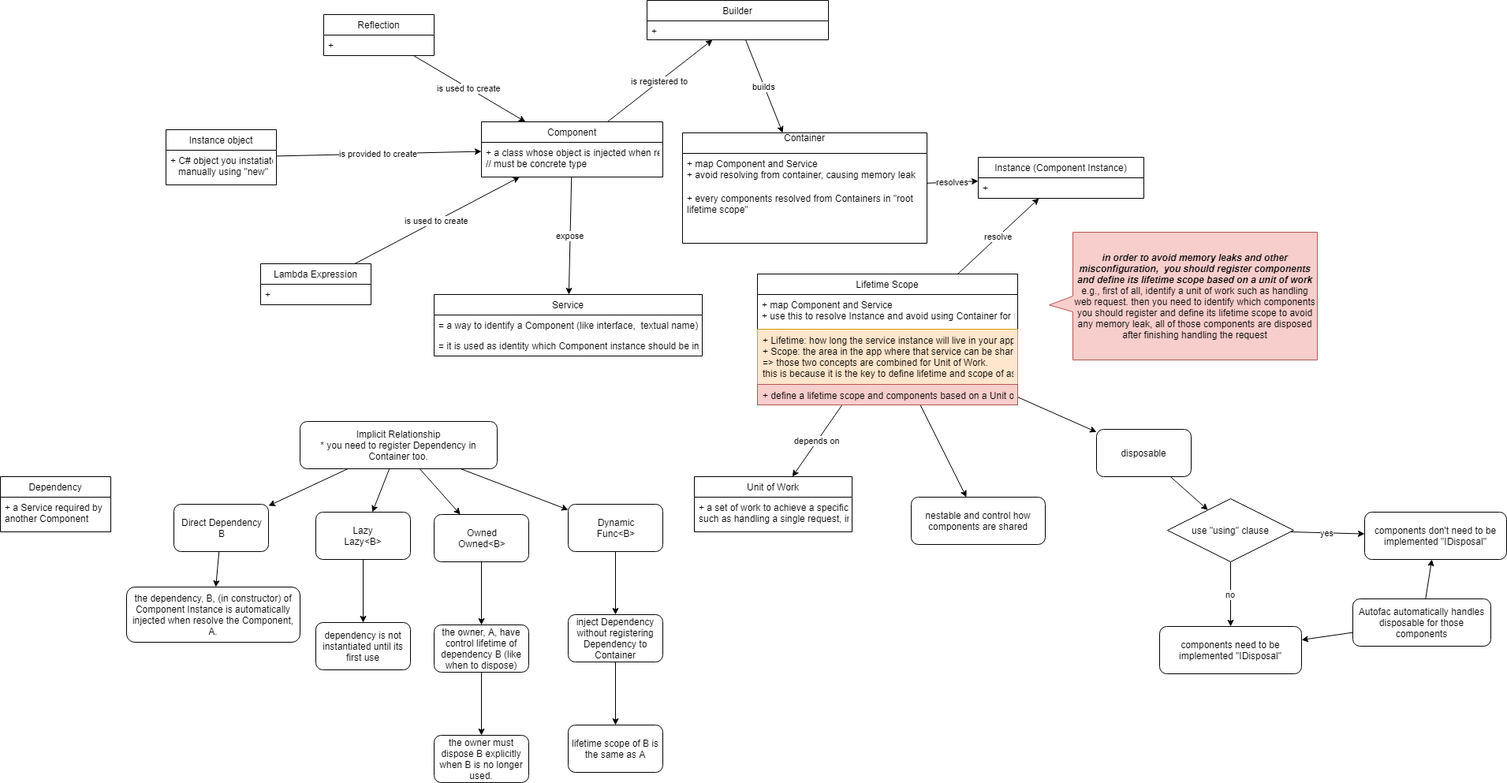
stsiwo/cSharp_concept keeps this draw.io diagram as Autofac_DI_concept.PNG. Above is the earlier version. Source tidied: cells renumbered, new cells last; positions are measured from the earlier drawing's top-left corner, leaving out a move shared by most shapes. Its diagram source:
```xml
<mxGraphModel>
  <root>
    <mxCell id="0" />
    <mxCell id="1" parent="0" />
    <mxCell id="2" value="is registered to" style="edgeStyle=none;rounded=0;jettySize=auto;html=1;" parent="1" edge="1" source="4" target="33">
      <mxGeometry relative="1" as="geometry" />
    </mxCell>
    <mxCell id="3" value="expose" style="edgeStyle=none;rounded=0;jettySize=auto;html=1;" parent="1" edge="1" source="4" target="6">
      <mxGeometry relative="1" as="geometry" />
    </mxCell>
    <mxCell id="4" value="Component" style="swimlane;fontStyle=0;horizontal=1;startSize=26;fillColor=none;" parent="1" vertex="1">
      <mxGeometry x="610" y="154" width="230" height="70" as="geometry" />
    </mxCell>
    <mxCell id="5" value="+ a class whose object is injected when resolved&#10;// must be concrete type&#10;" style="text;strokeColor=none;fillColor=none;align=left;verticalAlign=top;spacingLeft=4;spacingRight=4;overflow=hidden;" parent="4" vertex="1">
      <mxGeometry y="26" width="230" height="44" as="geometry" />
    </mxCell>
    <mxCell id="6" value="Service" style="swimlane;fontStyle=0;horizontal=1;startSize=26;fillColor=none;" parent="1" vertex="1">
      <mxGeometry x="550" y="373" width="340" height="78" as="geometry" />
    </mxCell>
    <mxCell id="7" value="= a way to identify a Component (like interface,  textual name)" style="text;strokeColor=none;fillColor=none;align=left;verticalAlign=top;spacingLeft=4;spacingRight=4;overflow=hidden;" parent="6" vertex="1">
      <mxGeometry y="26" width="340" height="26" as="geometry" />
    </mxCell>
    <mxCell id="8" value="= it is used as identity which Component instance should be injected to client" style="text;strokeColor=none;fillColor=none;align=left;verticalAlign=top;spacingLeft=4;spacingRight=4;overflow=hidden;" parent="6" vertex="1">
      <mxGeometry y="52" width="340" height="26" as="geometry" />
    </mxCell>
    <mxCell id="9" value="resolves" style="edgeStyle=none;rounded=0;jettySize=auto;html=1;" parent="1" edge="1" source="10" target="22">
      <mxGeometry relative="1" as="geometry" />
    </mxCell>
    <mxCell id="10" value="Container&#10;" style="swimlane;fontStyle=0;horizontal=1;startSize=26;fillColor=none;" parent="1" vertex="1">
      <mxGeometry x="865" y="168" width="310" height="140" as="geometry" />
    </mxCell>
    <mxCell id="11" value="+ map Component and Service&#10;+ avoid resolving from container, causing memory leak&#10;" style="text;strokeColor=none;fillColor=none;align=left;verticalAlign=top;spacingLeft=4;spacingRight=4;overflow=hidden;" parent="10" vertex="1">
      <mxGeometry y="26" width="310" height="44" as="geometry" />
    </mxCell>
    <mxCell id="12" value="+ every components resolved from Containers in &quot;root &#10;lifetime scope&quot;" style="text;strokeColor=none;fillColor=none;align=left;verticalAlign=top;spacingLeft=4;spacingRight=4;overflow=hidden;" parent="10" vertex="1">
      <mxGeometry y="70" width="310" height="70" as="geometry" />
    </mxCell>
    <mxCell id="13" value="is used to create" style="rounded=0;jettySize=auto;html=1;" parent="1" edge="1" source="14" target="4">
      <mxGeometry relative="1" as="geometry" />
    </mxCell>
    <mxCell id="14" value="Reflection" style="swimlane;fontStyle=0;horizontal=1;startSize=26;fillColor=none;" parent="1" vertex="1">
      <mxGeometry x="410" y="18" width="140" height="52" as="geometry" />
    </mxCell>
    <mxCell id="15" value="+ " style="text;strokeColor=none;fillColor=none;align=left;verticalAlign=top;spacingLeft=4;spacingRight=4;overflow=hidden;" parent="14" vertex="1">
      <mxGeometry y="26" width="140" height="26" as="geometry" />
    </mxCell>
    <mxCell id="16" value="is provided to create" style="edgeStyle=none;rounded=0;jettySize=auto;html=1;" parent="1" edge="1" source="17" target="4">
      <mxGeometry relative="1" as="geometry" />
    </mxCell>
    <mxCell id="17" value="Instance object" style="swimlane;fontStyle=0;horizontal=1;startSize=26;fillColor=none;" parent="1" vertex="1">
      <mxGeometry x="210" y="164" width="140" height="70" as="geometry" />
    </mxCell>
    <mxCell id="18" value="+ C# object you instatiated &#10;   manually using &quot;new&quot;" style="text;strokeColor=none;fillColor=none;align=left;verticalAlign=top;spacingLeft=4;spacingRight=4;overflow=hidden;" parent="17" vertex="1">
      <mxGeometry y="26" width="140" height="44" as="geometry" />
    </mxCell>
    <mxCell id="19" value="is used to create" style="edgeStyle=none;rounded=0;jettySize=auto;html=1;" parent="1" edge="1" source="20" target="4">
      <mxGeometry relative="1" as="geometry" />
    </mxCell>
    <mxCell id="20" value="Lambda Expression" style="swimlane;fontStyle=0;horizontal=1;startSize=26;fillColor=none;" parent="1" vertex="1">
      <mxGeometry x="330" y="334" width="140" height="52" as="geometry" />
    </mxCell>
    <mxCell id="21" value="+ " style="text;strokeColor=none;fillColor=none;align=left;verticalAlign=top;spacingLeft=4;spacingRight=4;overflow=hidden;" parent="20" vertex="1">
      <mxGeometry y="26" width="140" height="26" as="geometry" />
    </mxCell>
    <mxCell id="22" value="Instance (Component Instance)" style="swimlane;fontStyle=0;horizontal=1;startSize=26;fillColor=none;" parent="1" vertex="1">
      <mxGeometry x="1240" y="199" width="210" height="52" as="geometry" />
    </mxCell>
    <mxCell id="23" value="+" style="text;strokeColor=none;fillColor=none;align=left;verticalAlign=top;spacingLeft=4;spacingRight=4;overflow=hidden;" parent="22" vertex="1">
      <mxGeometry y="26" width="210" height="26" as="geometry" />
    </mxCell>
    <mxCell id="24" value="resolve" style="edgeStyle=none;rounded=0;jettySize=auto;html=1;" parent="1" edge="1" source="28" target="22">
      <mxGeometry relative="1" as="geometry" />
    </mxCell>
    <mxCell id="25" value="depends on" style="edgeStyle=none;rounded=0;jettySize=auto;html=1;" parent="1" edge="1" source="28" target="59">
      <mxGeometry relative="1" as="geometry" />
    </mxCell>
    <mxCell id="26" style="edgeStyle=none;rounded=0;jettySize=auto;html=1;" parent="1" edge="1" source="28" target="62">
      <mxGeometry relative="1" as="geometry" />
    </mxCell>
    <mxCell id="27" style="edgeStyle=none;rounded=0;jettySize=auto;html=1;" parent="1" edge="1" source="28" target="64">
      <mxGeometry relative="1" as="geometry" />
    </mxCell>
    <mxCell id="28" value="Lifetime Scope" style="swimlane;fontStyle=0;horizontal=1;startSize=26;" parent="1" vertex="1">
      <mxGeometry x="960" y="347" width="330" height="166" as="geometry" />
    </mxCell>
    <mxCell id="29" value="+ map Component and Service&#10;+ use this to resolve Instance and avoid using Container for it&#10;" style="text;strokeColor=none;fillColor=none;align=left;verticalAlign=top;spacingLeft=4;spacingRight=4;overflow=hidden;" parent="28" vertex="1">
      <mxGeometry y="26" width="330" height="44" as="geometry" />
    </mxCell>
    <mxCell id="30" value="+ Lifetime: how long the service instance will live in your app&#10;+ Scope: the area in the app where that service can be shared with other components that consume&#10;=&gt; those two concepts are combined for Unit of Work. &#10;this is because it is the key to define lifetime and scope of associated components &#10;" style="text;strokeColor=#d79b00;fillColor=#ffe6cc;align=left;verticalAlign=top;spacingLeft=4;spacingRight=4;overflow=hidden;" parent="28" vertex="1">
      <mxGeometry y="70" width="330" height="70" as="geometry" />
    </mxCell>
    <mxCell id="31" value="+ define a lifetime scope and components based on a Unit of Work " style="text;strokeColor=#b85450;fillColor=#f8cecc;align=left;verticalAlign=top;spacingLeft=4;spacingRight=4;overflow=hidden;" parent="28" vertex="1">
      <mxGeometry y="140" width="330" height="26" as="geometry" />
    </mxCell>
    <mxCell id="32" value="builds" style="edgeStyle=none;rounded=0;jettySize=auto;html=1;" parent="1" edge="1" source="33" target="10">
      <mxGeometry relative="1" as="geometry" />
    </mxCell>
    <mxCell id="33" value="Builder" style="swimlane;fontStyle=0;horizontal=1;startSize=26;fillColor=none;" parent="1" vertex="1">
      <mxGeometry x="820" width="230" height="50" as="geometry" />
    </mxCell>
    <mxCell id="34" value="+ &#10;" style="text;strokeColor=none;fillColor=none;align=left;verticalAlign=top;spacingLeft=4;spacingRight=4;overflow=hidden;" parent="33" vertex="1">
      <mxGeometry y="26" width="230" height="24" as="geometry" />
    </mxCell>
    <mxCell id="35" style="edgeStyle=none;rounded=0;jettySize=auto;html=1;" parent="1" edge="1" source="39" target="41">
      <mxGeometry relative="1" as="geometry" />
    </mxCell>
    <mxCell id="36" style="edgeStyle=none;rounded=0;jettySize=auto;html=1;" parent="1" edge="1" source="39" target="46">
      <mxGeometry relative="1" as="geometry" />
    </mxCell>
    <mxCell id="37" style="edgeStyle=none;rounded=0;jettySize=auto;html=1;" parent="1" edge="1" source="39" target="50">
      <mxGeometry relative="1" as="geometry" />
    </mxCell>
    <mxCell id="38" style="edgeStyle=none;rounded=0;jettySize=auto;html=1;" parent="1" edge="1" source="39" target="55">
      <mxGeometry relative="1" as="geometry" />
    </mxCell>
    <mxCell id="39" value="Implicit Relationship&lt;br&gt;* you need to register Dependency in Container too.&lt;br&gt;" style="rounded=1;whiteSpace=wrap;html=1;" parent="1" vertex="1">
      <mxGeometry x="380" y="534" width="250" height="60" as="geometry" />
    </mxCell>
    <mxCell id="40" style="edgeStyle=none;rounded=0;jettySize=auto;html=1;" parent="1" edge="1" source="41" target="42">
      <mxGeometry relative="1" as="geometry" />
    </mxCell>
    <mxCell id="41" value="Direct Dependency&lt;br&gt;B&lt;br&gt;" style="rounded=1;whiteSpace=wrap;html=1;" parent="1" vertex="1">
      <mxGeometry x="220" y="639" width="120" height="60" as="geometry" />
    </mxCell>
    <mxCell id="42" value="the dependency, B, (in constructor) of Component Instance is automatically injected when resolve the Component, A." style="rounded=1;whiteSpace=wrap;html=1;" parent="1" vertex="1">
      <mxGeometry x="160" y="744" width="220" height="70" as="geometry" />
    </mxCell>
    <mxCell id="43" value="Dependency" style="swimlane;fontStyle=0;horizontal=1;startSize=26;fillColor=none;" parent="1" vertex="1">
      <mxGeometry y="604" width="140" height="70" as="geometry" />
    </mxCell>
    <mxCell id="44" value="+ a Service required by &#10;another Component" style="text;strokeColor=none;fillColor=none;align=left;verticalAlign=top;spacingLeft=4;spacingRight=4;overflow=hidden;" parent="43" vertex="1">
      <mxGeometry y="26" width="140" height="44" as="geometry" />
    </mxCell>
    <mxCell id="45" style="edgeStyle=none;rounded=0;jettySize=auto;html=1;" parent="1" edge="1" source="46" target="47">
      <mxGeometry relative="1" as="geometry" />
    </mxCell>
    <mxCell id="46" value="Lazy&lt;br&gt;Lazy&amp;lt;B&amp;gt;&lt;br&gt;" style="rounded=1;whiteSpace=wrap;html=1;" parent="1" vertex="1">
      <mxGeometry x="400" y="649" width="120" height="60" as="geometry" />
    </mxCell>
    <mxCell id="47" value="dependency is not instantiated until its first use" style="rounded=1;whiteSpace=wrap;html=1;" parent="1" vertex="1">
      <mxGeometry x="400" y="789" width="120" height="60" as="geometry" />
    </mxCell>
    <mxCell id="48" value="&amp;nbsp; &amp;nbsp;" style="text;html=1;align=left;verticalAlign=top;spacingTop=-4;" parent="1" vertex="1">
      <mxGeometry x="640" y="707" width="30" height="20" as="geometry" />
    </mxCell>
    <mxCell id="49" style="edgeStyle=none;rounded=0;jettySize=auto;html=1;" parent="1" edge="1" source="50" target="52">
      <mxGeometry relative="1" as="geometry" />
    </mxCell>
    <mxCell id="50" value="Owned&lt;br&gt;Owned&amp;lt;B&amp;gt;&lt;br&gt;" style="rounded=1;whiteSpace=wrap;html=1;" parent="1" vertex="1">
      <mxGeometry x="550" y="652" width="120" height="60" as="geometry" />
    </mxCell>
    <mxCell id="51" style="edgeStyle=none;rounded=0;jettySize=auto;html=1;" parent="1" edge="1" source="52" target="53">
      <mxGeometry relative="1" as="geometry" />
    </mxCell>
    <mxCell id="52" value="the owner, A, have control lifetime of dependency B (like when to dispose)" style="rounded=1;whiteSpace=wrap;html=1;" parent="1" vertex="1">
      <mxGeometry x="550" y="792" width="120" height="60" as="geometry" />
    </mxCell>
    <mxCell id="53" value="the owner must dispose B explicitly when B is no longer used." style="rounded=1;whiteSpace=wrap;html=1;" parent="1" vertex="1">
      <mxGeometry x="550" y="932" width="120" height="60" as="geometry" />
    </mxCell>
    <mxCell id="54" style="edgeStyle=none;rounded=0;jettySize=auto;html=1;" parent="1" edge="1" source="55" target="57">
      <mxGeometry relative="1" as="geometry" />
    </mxCell>
    <mxCell id="55" value="Dynamic&lt;br&gt;Func&amp;lt;B&amp;gt;&lt;br&gt;" style="rounded=1;whiteSpace=wrap;html=1;" parent="1" vertex="1">
      <mxGeometry x="720" y="639" width="120" height="60" as="geometry" />
    </mxCell>
    <mxCell id="56" style="edgeStyle=none;rounded=0;jettySize=auto;html=1;" parent="1" edge="1" source="57" target="58">
      <mxGeometry relative="1" as="geometry" />
    </mxCell>
    <mxCell id="57" value="inject Dependency without registering Dependency to Container" style="rounded=1;whiteSpace=wrap;html=1;" parent="1" vertex="1">
      <mxGeometry x="720" y="779" width="120" height="60" as="geometry" />
    </mxCell>
    <mxCell id="58" value="lifetime scope of B is the same as A" style="rounded=1;whiteSpace=wrap;html=1;" parent="1" vertex="1">
      <mxGeometry x="720" y="919" width="120" height="60" as="geometry" />
    </mxCell>
    <mxCell id="59" value="Unit of Work" style="swimlane;fontStyle=0;horizontal=1;startSize=26;fillColor=none;" parent="1" vertex="1">
      <mxGeometry x="880" y="604" width="200" height="70" as="geometry" />
    </mxCell>
    <mxCell id="60" value="+ a set of work to achieve a specific task &#10;such as handling a single request, incoming message, a batch processing&#10;" style="text;strokeColor=none;fillColor=none;align=left;verticalAlign=top;spacingLeft=4;spacingRight=4;overflow=hidden;" parent="59" vertex="1">
      <mxGeometry y="26" width="200" height="44" as="geometry" />
    </mxCell>
    <mxCell id="61" value="&lt;b&gt;&lt;i&gt;in order to avoid memory leaks and other misconfiguration,&amp;nbsp; you should register components and define its lifetime scope based on a unit of work&lt;/i&gt;&lt;/b&gt;&lt;br&gt;e.g., first of all, identify a unit of work such as handling web request. then you need to identify which components you should register and define its lifetime scope to avoid any memory leak, all of those components are disposed after finishing handling the request&lt;br&gt;" style="shape=callout;whiteSpace=wrap;html=1;perimeter=calloutPerimeter;direction=south;fillColor=#f8cecc;strokeColor=#b85450;position2=0.57;" parent="1" vertex="1">
      <mxGeometry x="1330" y="294" width="340" height="162" as="geometry" />
    </mxCell>
    <mxCell id="62" value="nestable and control how components are shared" style="rounded=1;whiteSpace=wrap;html=1;" parent="1" vertex="1">
      <mxGeometry x="1155" y="630" width="170" height="60" as="geometry" />
    </mxCell>
    <mxCell id="63" style="edgeStyle=none;rounded=0;jettySize=auto;html=1;" parent="1" edge="1" source="64" target="67">
      <mxGeometry relative="1" as="geometry" />
    </mxCell>
    <mxCell id="64" value="disposable" style="rounded=1;whiteSpace=wrap;html=1;" parent="1" vertex="1">
      <mxGeometry x="1390" y="544" width="120" height="60" as="geometry" />
    </mxCell>
    <mxCell id="65" value="yes" style="edgeStyle=none;rounded=0;jettySize=auto;html=1;" parent="1" edge="1" source="67" target="68">
      <mxGeometry relative="1" as="geometry" />
    </mxCell>
    <mxCell id="66" value="no" style="edgeStyle=none;rounded=0;jettySize=auto;html=1;" parent="1" edge="1" source="67" target="69">
      <mxGeometry relative="1" as="geometry" />
    </mxCell>
    <mxCell id="67" value="use &quot;using&quot; clause" style="rhombus;whiteSpace=wrap;html=1;" parent="1" vertex="1">
      <mxGeometry x="1480" y="632" width="160" height="80" as="geometry" />
    </mxCell>
    <mxCell id="68" value="components don't need to be implemented &quot;IDisposal&quot;" style="rounded=1;whiteSpace=wrap;html=1;" parent="1" vertex="1">
      <mxGeometry x="1730" y="649" width="180" height="60" as="geometry" />
    </mxCell>
    <mxCell id="69" value="components need to be implemented &quot;IDisposal&quot;" style="rounded=1;whiteSpace=wrap;html=1;" parent="1" vertex="1">
      <mxGeometry x="1470" y="794" width="180" height="60" as="geometry" />
    </mxCell>
    <mxCell id="70" style="edgeStyle=none;rounded=0;jettySize=auto;html=1;" parent="1" edge="1" source="72" target="69">
      <mxGeometry relative="1" as="geometry" />
    </mxCell>
    <mxCell id="71" style="edgeStyle=none;rounded=0;jettySize=auto;html=1;" parent="1" edge="1" source="72" target="68">
      <mxGeometry relative="1" as="geometry" />
    </mxCell>
    <mxCell id="72" value="Autofac automatically handles disposable for those components" style="rounded=1;whiteSpace=wrap;html=1;" parent="1" vertex="1">
      <mxGeometry x="1715" y="759" width="175" height="60" as="geometry" />
    </mxCell>
  </root>
</mxGraphModel>
```
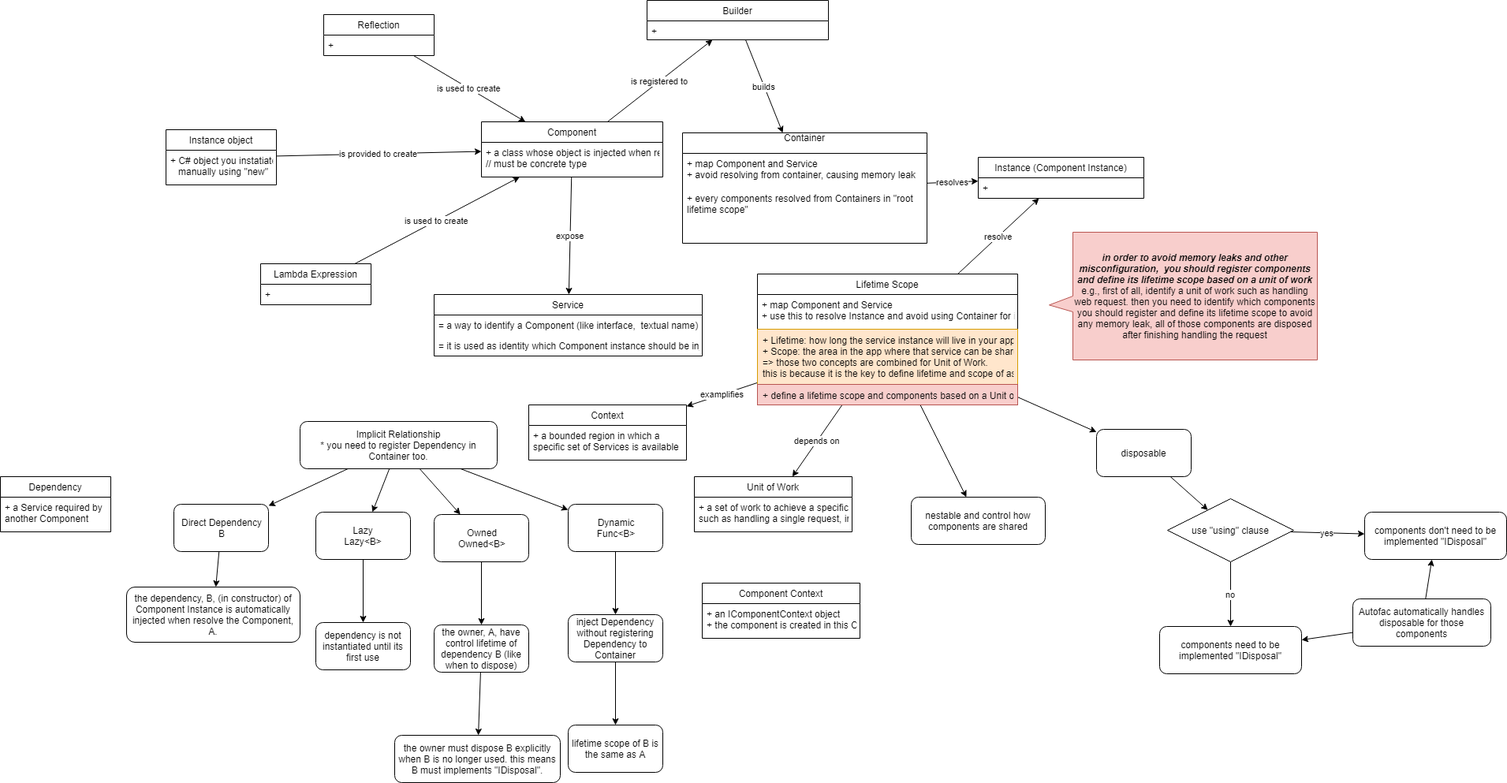
Later version of the same file.

Diff of the diagram source:
```diff
@@ -80,6 +80,9 @@
     <mxCell id="27" style="edgeStyle=none;rounded=0;jettySize=auto;html=1;" parent="1" edge="1" source="28" target="64">
       <mxGeometry relative="1" as="geometry" />
     </mxCell>
+    <mxCell id="73" value="examplifies" style="edgeStyle=none;rounded=0;jettySize=auto;html=1;" parent="1" edge="1" source="28" target="74">
+      <mxGeometry relative="1" as="geometry" />
+    </mxCell>
     <mxCell id="28" value="Lifetime Scope" style="swimlane;fontStyle=0;horizontal=1;startSize=26;" parent="1" vertex="1">
       <mxGeometry x="960" y="347" width="330" height="166" as="geometry" />
     </mxCell>
@@ -155,8 +158,8 @@
     <mxCell id="52" value="the owner, A, have control lifetime of dependency B (like when to dispose)" style="rounded=1;whiteSpace=wrap;html=1;" parent="1" vertex="1">
       <mxGeometry x="550" y="792" width="120" height="60" as="geometry" />
     </mxCell>
-    <mxCell id="53" value="the owner must dispose B explicitly when B is no longer used." style="rounded=1;whiteSpace=wrap;html=1;" parent="1" vertex="1">
-      <mxGeometry x="550" y="932" width="120" height="60" as="geometry" />
+    <mxCell id="53" value="the owner must dispose B explicitly when B is no longer used. this means B must implements &quot;IDisposal&quot;." style="rounded=1;whiteSpace=wrap;html=1;" parent="1" vertex="1">
+      <mxGeometry x="500" y="932" width="210" height="60" as="geometry" />
     </mxCell>
     <mxCell id="54" style="edgeStyle=none;rounded=0;jettySize=auto;html=1;" parent="1" edge="1" source="55" target="57">
       <mxGeometry relative="1" as="geometry" />
@@ -215,5 +218,17 @@
     <mxCell id="72" value="Autofac automatically handles disposable for those components" style="rounded=1;whiteSpace=wrap;html=1;" parent="1" vertex="1">
       <mxGeometry x="1715" y="759" width="175" height="60" as="geometry" />
     </mxCell>
+    <mxCell id="74" value="Context" style="swimlane;fontStyle=0;horizontal=1;startSize=26;fillColor=none;" parent="1" vertex="1">
+      <mxGeometry x="670" y="513" width="200" height="70" as="geometry" />
+    </mxCell>
+    <mxCell id="75" value="+ a bounded region in which a &#10;specific set of Services is available" style="text;strokeColor=none;fillColor=none;align=left;verticalAlign=top;spacingLeft=4;spacingRight=4;overflow=hidden;" parent="74" vertex="1">
+      <mxGeometry y="26" width="200" height="44" as="geometry" />
+    </mxCell>
+    <mxCell id="76" value="Component Context" style="swimlane;fontStyle=0;horizontal=1;startSize=26;fillColor=none;" parent="1" vertex="1">
+      <mxGeometry x="890" y="739" width="200" height="70" as="geometry" />
+    </mxCell>
+    <mxCell id="77" value="+ an IComponentContext object&#10;+ the component is created in this Component Context&#10;" style="text;strokeColor=none;fillColor=none;align=left;verticalAlign=top;spacingLeft=4;spacingRight=4;overflow=hidden;" parent="76" vertex="1">
+      <mxGeometry y="26" width="200" height="44" as="geometry" />
+    </mxCell>
   </root>
 </mxGraphModel>
```
